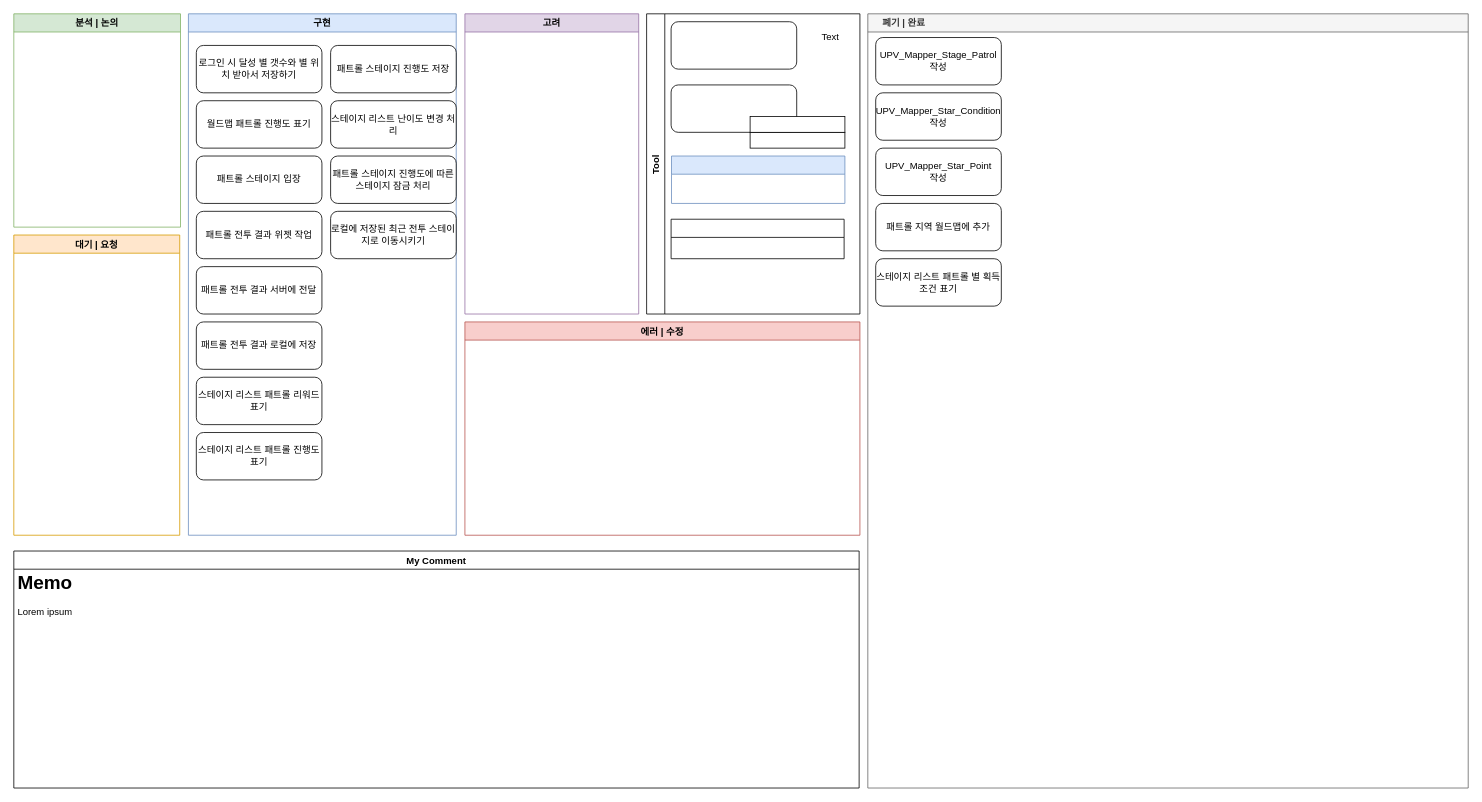
The draw.io diagram 반복 스테이지 진행상황.drawio in Endorr/Job-Board, before the edit. Source tidied: cells renumbered, new cells numbered last; positions are measured from the earlier drawing's top-left corner, leaving out a move shared by most shapes. Both pictures are drawn from the tidied source at 79%, with x=0, y=0 at pixel (13, 13).
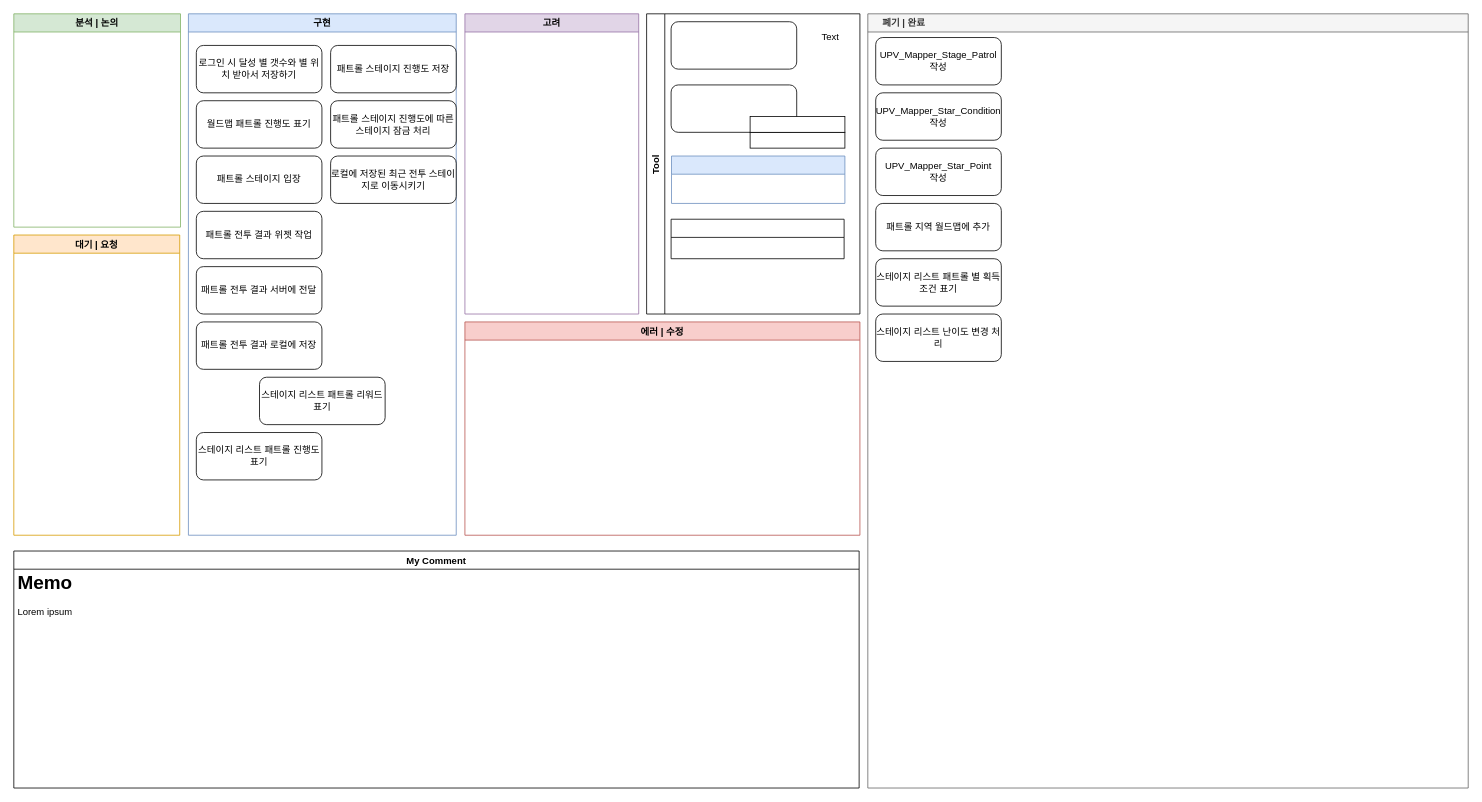
The same diagram, later.

Commit message:
Update 반복 스테이지 진행상황.drawio

The change refers to these unchanged cells:
```xml
<mxCell id="2" value="구현" style="swimlane;fillColor=#dae8fc;strokeColor=#6c8ebf;" parent="1" vertex="1">
  <mxGeometry x="221" width="339" height="660" as="geometry" />
</mxCell>
<mxCell id="19" value="     폐기 | 완료" style="swimlane;strokeColor=#666666;fillColor=#f5f5f5;fontColor=#333333;align=left;" parent="1" vertex="1">
  <mxGeometry x="1081" width="760" height="980" as="geometry" />
</mxCell>
```

Diff of the diagram source:
```diff
@@
     <mxCell id="9" value="스테이지 리스트 패트롤 리워드 표기" style="rounded=1;whiteSpace=wrap;html=1;" parent="2" vertex="1">
-      <mxGeometry x="10" y="460" width="159" height="60" as="geometry" />
+      <mxGeometry x="90" y="460" width="159" height="60" as="geometry" />
     </mxCell>
@@
-    <mxCell id="12" value="스테이지 리스트 난이도 변경 처리" style="rounded=1;whiteSpace=wrap;html=1;" parent="2" vertex="1">
-      <mxGeometry x="180" y="110" width="159" height="60" as="geometry" />
-    </mxCell>
     <mxCell id="13" value="패트롤 스테이지 진행도에 따른 스테이지 잠금 처리" style="rounded=1;whiteSpace=wrap;html=1;" parent="2" vertex="1">
-      <mxGeometry x="180" y="180" width="159" height="60" as="geometry" />
+      <mxGeometry x="180" y="110" width="159" height="60" as="geometry" />
     </mxCell>
     <mxCell id="14" value="로컬에 저장된 최근 전투 스테이지로 이동시키기" style="rounded=1;whiteSpace=wrap;html=1;" parent="2" vertex="1">
-      <mxGeometry x="180" y="250" width="159" height="60" as="geometry" />
+      <mxGeometry x="180" y="180" width="159" height="60" as="geometry" />
     </mxCell>
@@
+    <mxCell id="12" value="스테이지 리스트 난이도 변경 처리" style="rounded=1;whiteSpace=wrap;html=1;" parent="19" vertex="1">
+      <mxGeometry x="10" y="380" width="159" height="60" as="geometry" />
+    </mxCell>
```
